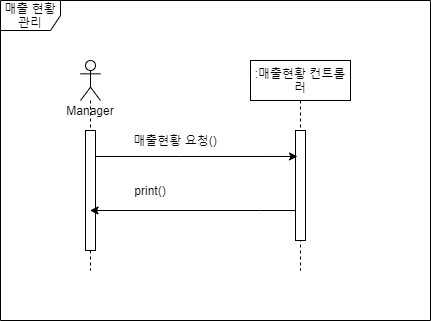
Before: 상세명세서/Behavioral Model/sequence diagram/매출 현황 관리.png, a diagram exported from draw.io (distroytest/KNUSD-20202-Team05). Source tidied: cells renumbered, new cells last; positions are measured from the earlier drawing's top-left corner, leaving out a move shared by most shapes.
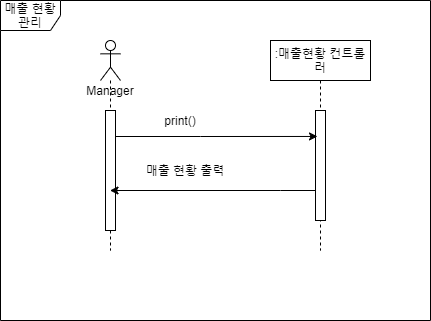
Above is the later version.

Commit message:
Added 매출 현황 관리.png

Change to the diagram source:
```diff
@@ -33,14 +33,14 @@
         </Array>
       </mxGeometry>
     </mxCell>
-    <mxCell id="9" value="매출현황 요청()" style="text;html=1;strokeColor=none;fillColor=none;align=center;verticalAlign=middle;whiteSpace=wrap;rounded=0;" parent="1" vertex="1">
-      <mxGeometry x="120" y="130" width="110" height="20" as="geometry" />
+    <mxCell id="9" value="매출 현황 출력" style="text;html=1;strokeColor=none;fillColor=none;align=center;verticalAlign=middle;whiteSpace=wrap;rounded=0;" parent="1" vertex="1">
+      <mxGeometry x="110" y="180" width="110" height="20" as="geometry" />
     </mxCell>
     <mxCell id="10" value="print()" style="text;html=1;strokeColor=none;fillColor=none;align=center;verticalAlign=middle;whiteSpace=wrap;rounded=0;" parent="1" vertex="1">
-      <mxGeometry x="130" y="180" width="40" height="20" as="geometry" />
+      <mxGeometry x="140" y="130" width="40" height="20" as="geometry" />
     </mxCell>
     <mxCell id="11" value="매출 현황 관리" style="shape=umlFrame;whiteSpace=wrap;html=1;" parent="1" vertex="1">
-      <mxGeometry width="430" height="320" as="geometry" />
+      <mxGeometry x="-20" y="20" width="430" height="320" as="geometry" />
     </mxCell>
   </root>
 </mxGraphModel>
```
